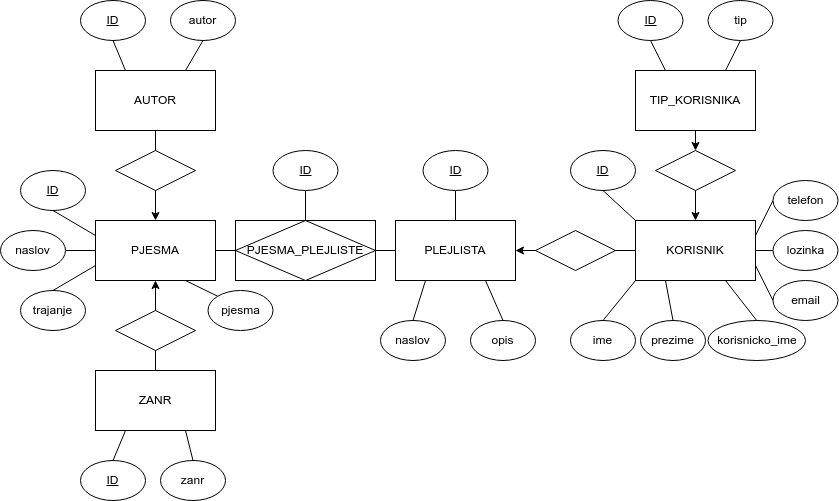
Balsa-Dogandzic/SoundBazaar keeps this draw.io diagram as docs/ERD.png. Above is the earlier version. Source tidied: cells renumbered, new cells last; positions are measured from the earlier drawing's top-left corner, leaving out a move shared by most shapes.
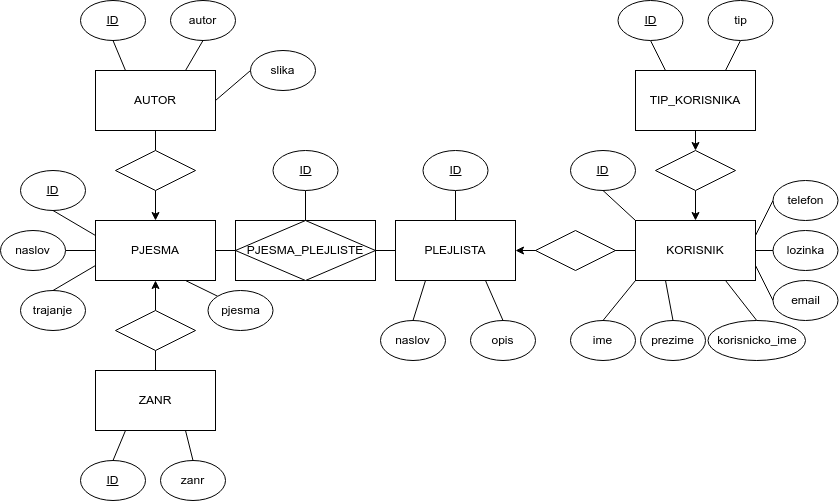
After the commit.

Commit message:
Use case and class diagram

The edit, as a diff of the source:
```diff
@@ -191,5 +191,11 @@
     <mxCell id="64" value="pjesma" style="ellipse;whiteSpace=wrap;html=1;" parent="1" vertex="1">
       <mxGeometry x="207.5" y="290" width="65" height="40" as="geometry" />
     </mxCell>
+    <mxCell id="65" value="slika" style="ellipse;whiteSpace=wrap;html=1;" parent="1" vertex="1">
+      <mxGeometry x="250" y="50" width="65" height="40" as="geometry" />
+    </mxCell>
+    <mxCell id="66" style="endArrow=none;html=1;rounded=0;exitX=1;exitY=0.5;exitDx=0;exitDy=0;entryX=0;entryY=0.5;entryDx=0;entryDy=0;" parent="1" edge="1" source="5" target="65">
+      <mxGeometry relative="1" as="geometry" />
+    </mxCell>
   </root>
 </mxGraphModel>
```
